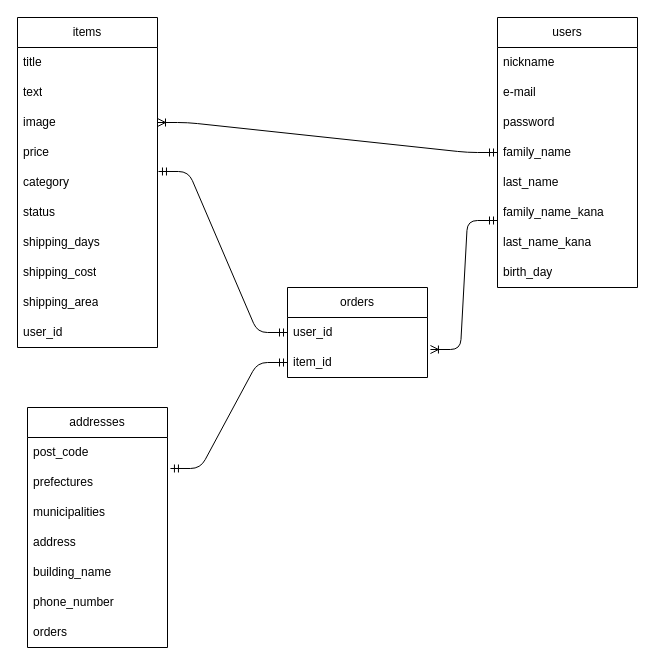
This is ER.dio from shuxin852/furima-39394, a draw.io file, before an edit. Source tidied: cells renumbered, new cells numbered last; positions are measured from the earlier drawing's top-left corner, leaving out a move shared by most shapes. Both pictures are drawn from the tidied source at 100%, with x=0, y=0 at pixel (17, 17).
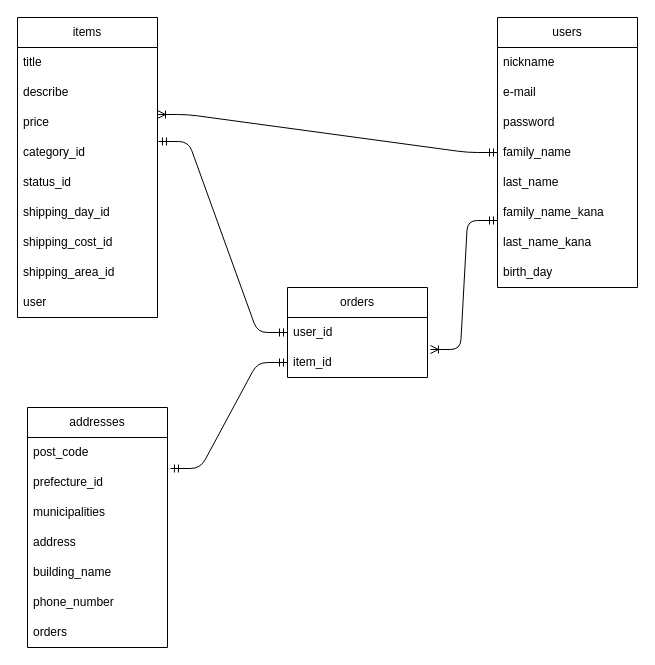
After the change.

Commit message (it also covers changes not shown here):
テーブル設計修正

Unchanged cells that the change refers to:
```xml
<mxCell id="6" value="family_name" style="text;strokeColor=none;fillColor=none;align=left;verticalAlign=middle;spacingLeft=4;spacingRight=4;overflow=hidden;points=[[0,0.5],[1,0.5]];portConstraint=eastwest;whiteSpace=wrap;html=1;rounded=0;" parent="2" vertex="1">
  <mxGeometry y="120" width="140" height="30" as="geometry" />
</mxCell>
<mxCell id="25" value="addresses" style="swimlane;fontStyle=0;horizontal=1;startSize=30;whiteSpace=wrap;html=1;rounded=0;" parent="1" vertex="1">
  <mxGeometry x="10" y="390" width="140" height="240" as="geometry" />
</mxCell>
```

The edit, as a diff of the source:
```diff
@@
     <mxCell id="11" value="items" style="swimlane;fontStyle=0;horizontal=1;startSize=30;whiteSpace=wrap;html=1;rounded=0;" parent="1" vertex="1">
-      <mxGeometry width="140" height="330" as="geometry" />
+      <mxGeometry width="140" height="300" as="geometry" />
     </mxCell>
@@
-    <mxCell id="13" value="text" style="text;strokeColor=none;fillColor=none;align=left;verticalAlign=middle;spacingLeft=4;spacingRight=4;overflow=hidden;whiteSpace=wrap;html=1;rounded=0;" parent="11" vertex="1">
+    <mxCell id="13" value="describe" style="text;strokeColor=none;fillColor=none;align=left;verticalAlign=middle;spacingLeft=4;spacingRight=4;overflow=hidden;whiteSpace=wrap;html=1;rounded=0;" parent="11" vertex="1">
       <mxGeometry y="60" width="140" height="30" as="geometry" />
     </mxCell>
-    <mxCell id="14" value="image" style="text;strokeColor=none;fillColor=none;align=left;verticalAlign=middle;spacingLeft=4;spacingRight=4;overflow=hidden;points=[[0,0.5],[1,0.5]];portConstraint=eastwest;whiteSpace=wrap;html=1;rounded=0;" parent="11" vertex="1">
-      <mxGeometry y="90" width="140" height="30" as="geometry" />
-    </mxCell>
     <mxCell id="15" value="price" style="text;strokeColor=none;fillColor=none;align=left;verticalAlign=middle;spacingLeft=4;spacingRight=4;overflow=hidden;points=[[0,0.5],[1,0.5]];portConstraint=eastwest;whiteSpace=wrap;html=1;rounded=0;" parent="11" vertex="1">
-      <mxGeometry y="120" width="140" height="30" as="geometry" />
+      <mxGeometry y="90" width="140" height="30" as="geometry" />
     </mxCell>
-    <mxCell id="16" value="category" style="text;strokeColor=none;fillColor=none;align=left;verticalAlign=middle;spacingLeft=4;spacingRight=4;overflow=hidden;points=[[0,0.5],[1,0.5]];portConstraint=eastwest;whiteSpace=wrap;html=1;rounded=0;" parent="11" vertex="1">
-      <mxGeometry y="150" width="140" height="30" as="geometry" />
+    <mxCell id="16" value="category_id" style="text;strokeColor=none;fillColor=none;align=left;verticalAlign=middle;spacingLeft=4;spacingRight=4;overflow=hidden;points=[[0,0.5],[1,0.5]];portConstraint=eastwest;whiteSpace=wrap;html=1;rounded=0;" parent="11" vertex="1">
+      <mxGeometry y="120" width="140" height="30" as="geometry" />
     </mxCell>
-    <mxCell id="17" value="status" style="text;strokeColor=none;fillColor=none;align=left;verticalAlign=middle;spacingLeft=4;spacingRight=4;overflow=hidden;whiteSpace=wrap;html=1;rounded=0;" parent="11" vertex="1">
-      <mxGeometry y="180" width="140" height="30" as="geometry" />
+    <mxCell id="17" value="status_id" style="text;strokeColor=none;fillColor=none;align=left;verticalAlign=middle;spacingLeft=4;spacingRight=4;overflow=hidden;whiteSpace=wrap;html=1;rounded=0;" parent="11" vertex="1">
+      <mxGeometry y="150" width="140" height="30" as="geometry" />
     </mxCell>
-    <mxCell id="18" value="shipping_days" style="text;strokeColor=none;fillColor=none;align=left;verticalAlign=middle;spacingLeft=4;spacingRight=4;overflow=hidden;whiteSpace=wrap;html=1;rounded=0;" parent="11" vertex="1">
-      <mxGeometry y="210" width="140" height="30" as="geometry" />
+    <mxCell id="18" value="shipping_day_id" style="text;strokeColor=none;fillColor=none;align=left;verticalAlign=middle;spacingLeft=4;spacingRight=4;overflow=hidden;whiteSpace=wrap;html=1;rounded=0;" parent="11" vertex="1">
+      <mxGeometry y="180" width="140" height="30" as="geometry" />
     </mxCell>
-    <mxCell id="19" value="shipping_cost" style="text;strokeColor=none;fillColor=none;align=left;verticalAlign=middle;spacingLeft=4;spacingRight=4;overflow=hidden;whiteSpace=wrap;html=1;rounded=0;" parent="11" vertex="1">
-      <mxGeometry y="240" width="140" height="30" as="geometry" />
+    <mxCell id="19" value="shipping_cost_id" style="text;strokeColor=none;fillColor=none;align=left;verticalAlign=middle;spacingLeft=4;spacingRight=4;overflow=hidden;whiteSpace=wrap;html=1;rounded=0;" parent="11" vertex="1">
+      <mxGeometry y="210" width="140" height="30" as="geometry" />
     </mxCell>
-    <mxCell id="20" value="shipping_area" style="text;strokeColor=none;fillColor=none;align=left;verticalAlign=middle;spacingLeft=4;spacingRight=4;overflow=hidden;whiteSpace=wrap;html=1;rounded=0;" parent="11" vertex="1">
-      <mxGeometry y="270" width="140" height="30" as="geometry" />
+    <mxCell id="20" value="shipping_area_id" style="text;strokeColor=none;fillColor=none;align=left;verticalAlign=middle;spacingLeft=4;spacingRight=4;overflow=hidden;whiteSpace=wrap;html=1;rounded=0;" parent="11" vertex="1">
+      <mxGeometry y="240" width="140" height="30" as="geometry" />
     </mxCell>
-    <mxCell id="21" value="user_id" style="text;strokeColor=none;fillColor=none;align=left;verticalAlign=middle;spacingLeft=4;spacingRight=4;overflow=hidden;whiteSpace=wrap;html=1;rounded=0;" parent="11" vertex="1">
-      <mxGeometry y="300" width="140" height="30" as="geometry" />
+    <mxCell id="21" value="user" style="text;strokeColor=none;fillColor=none;align=left;verticalAlign=middle;spacingLeft=4;spacingRight=4;overflow=hidden;whiteSpace=wrap;html=1;rounded=0;" parent="11" vertex="1">
+      <mxGeometry y="270" width="140" height="30" as="geometry" />
     </mxCell>
@@
-    <mxCell id="27" value="prefectures" style="text;strokeColor=none;fillColor=none;align=left;verticalAlign=middle;spacingLeft=4;spacingRight=4;overflow=hidden;points=[[0,0.5],[1,0.5]];portConstraint=eastwest;whiteSpace=wrap;html=1;rounded=0;" parent="25" vertex="1">
+    <mxCell id="27" value="prefecture_id" style="text;strokeColor=none;fillColor=none;align=left;verticalAlign=middle;spacingLeft=4;spacingRight=4;overflow=hidden;points=[[0,0.5],[1,0.5]];portConstraint=eastwest;whiteSpace=wrap;html=1;rounded=0;" parent="25" vertex="1">
       <mxGeometry y="60" width="140" height="30" as="geometry" />
     </mxCell>
@@
-    <mxCell id="33" style="edgeStyle=entityRelationEdgeStyle;fontSize=12;html=1;endArrow=ERoneToMany;startArrow=ERmandOne;entryX=1;entryY=0.5;entryDx=0;entryDy=0;exitX=0;exitY=0.5;exitDx=0;exitDy=0;" parent="1" edge="1" source="6" target="14">
+    <mxCell id="33" style="edgeStyle=entityRelationEdgeStyle;fontSize=12;html=1;endArrow=ERoneToMany;startArrow=ERmandOne;exitX=0;exitY=0.5;exitDx=0;exitDy=0;entryX=1;entryY=0.233;entryDx=0;entryDy=0;entryPerimeter=0;" parent="1" edge="1" source="6" target="15">
       <mxGeometry relative="1" as="geometry" />
     </mxCell>
```
